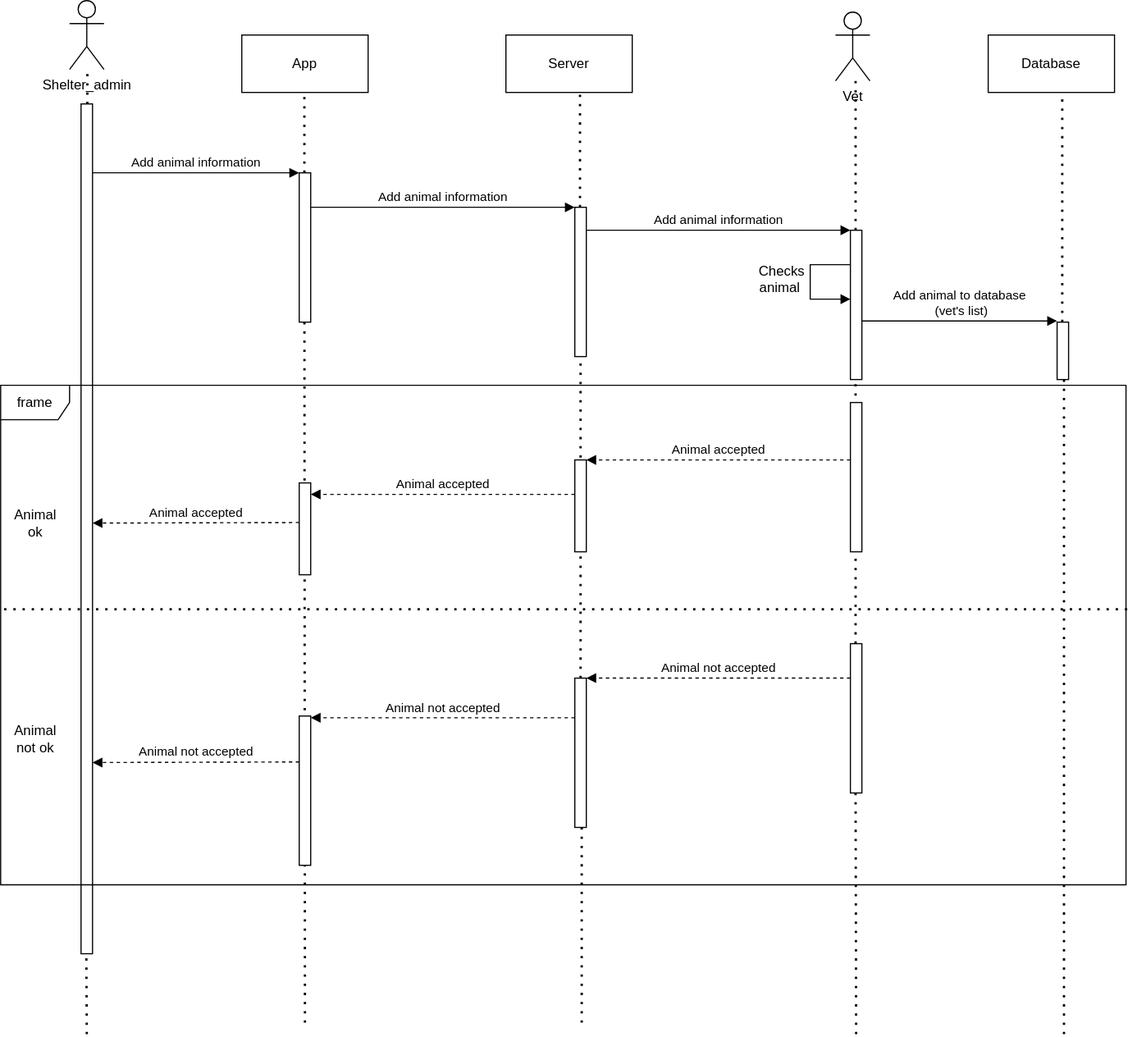
Above: ShelterAdminSequence1.svg in Thomaskald/DistributedSystems (draw.io), before the change. Source tidied: cells renumbered, new cells last; positions are measured from the earlier drawing's top-left corner, leaving out a move shared by most shapes.
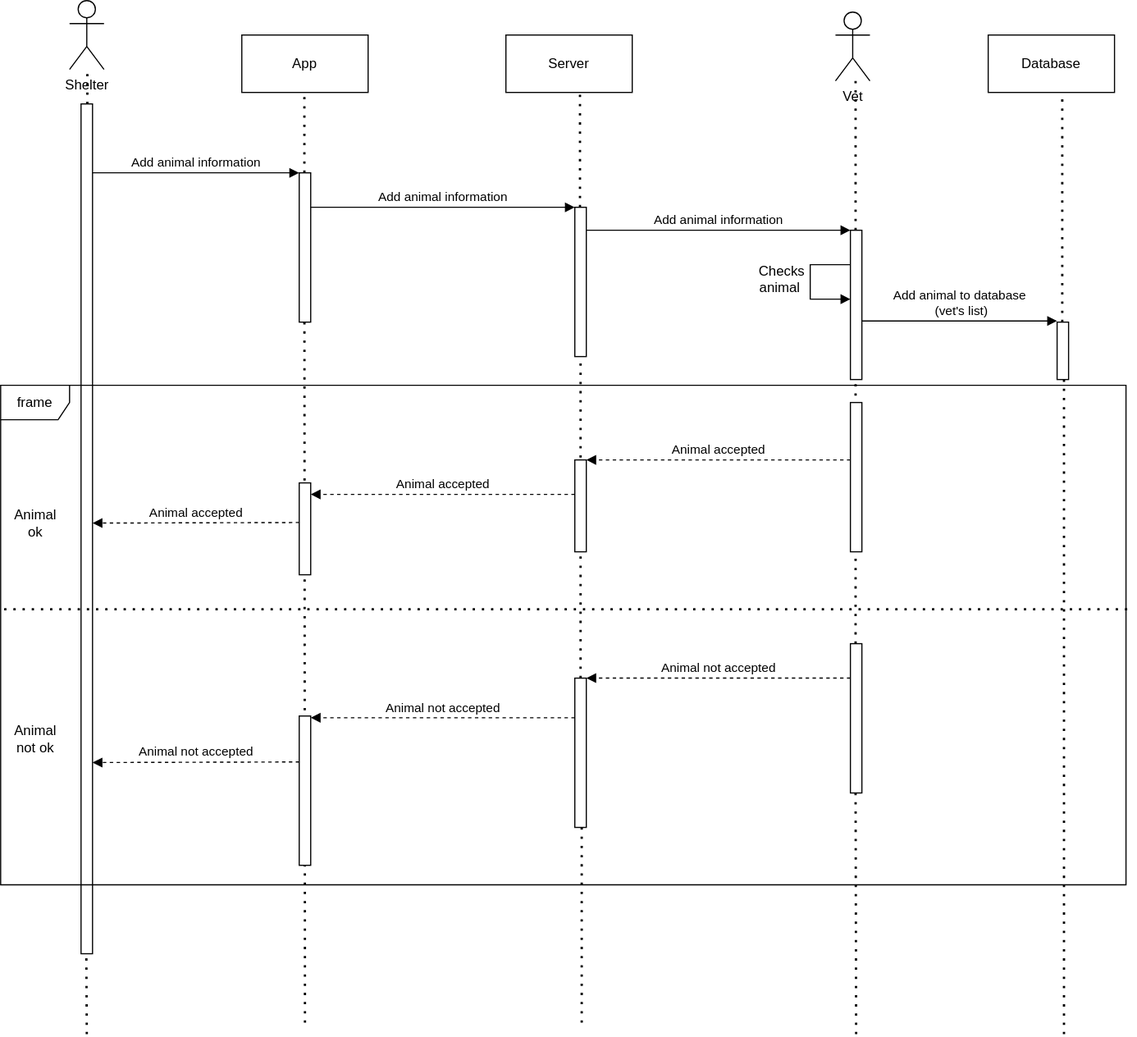
Above is the later version.

What changed in the source:
```diff
@@ -2,7 +2,7 @@
   <root>
     <mxCell id="0" />
     <mxCell id="1" parent="0" />
-    <mxCell id="2" value="Shelter_admin" style="shape=umlActor;verticalLabelPosition=bottom;verticalAlign=top;html=1;" parent="1" vertex="1">
+    <mxCell id="2" value="Shelter" style="shape=umlActor;verticalLabelPosition=bottom;verticalAlign=top;html=1;" parent="1" vertex="1">
       <mxGeometry x="60" width="30" height="60" as="geometry" />
     </mxCell>
     <mxCell id="3" style="endArrow=none;dashed=1;html=1;dashPattern=1 3;strokeWidth=2;rounded=0;" parent="1" edge="1" source="5">
```
